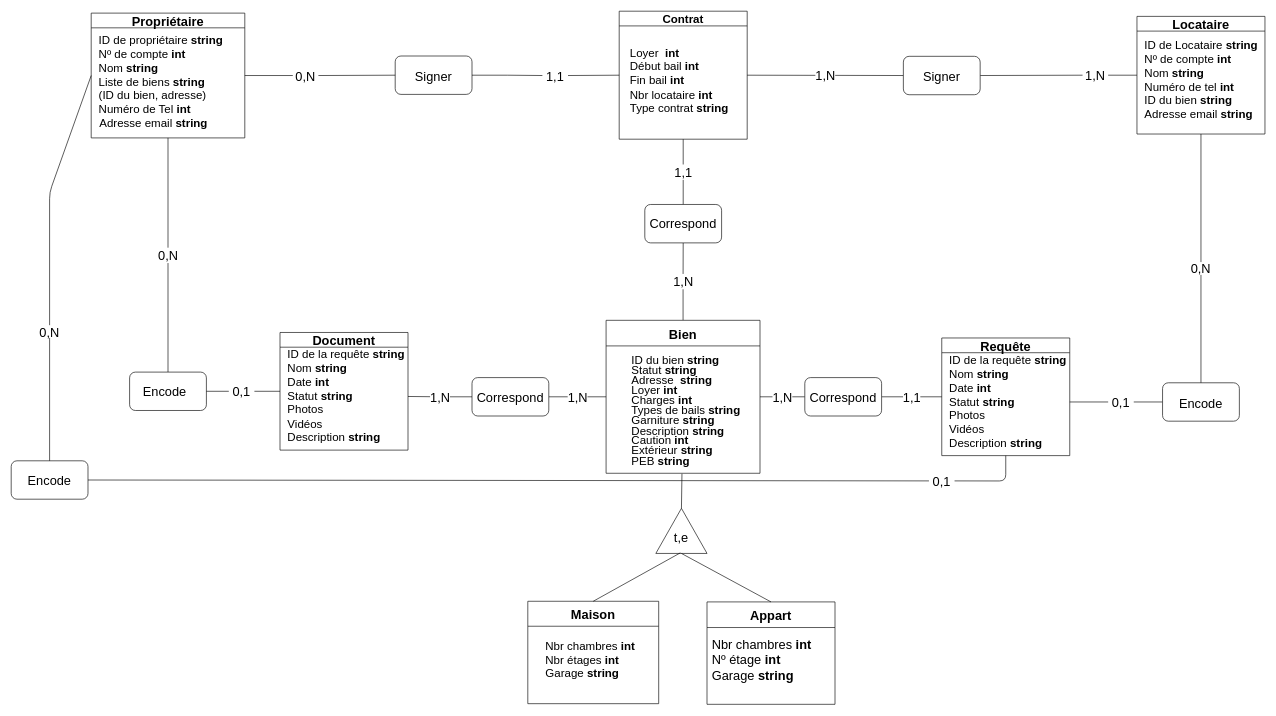
The draw.io diagram page "NEW" (1 of 21) of Ko-loc (1).drawio in Julienthum/Co-Lock, before the edit. Source tidied: cells renumbered, new cells numbered last; positions are measured from the earlier drawing's top-left corner, leaving out a move shared by most shapes. Both pictures are drawn from the tidied source at 64%, with x=0, y=0 at pixel (11, 11).
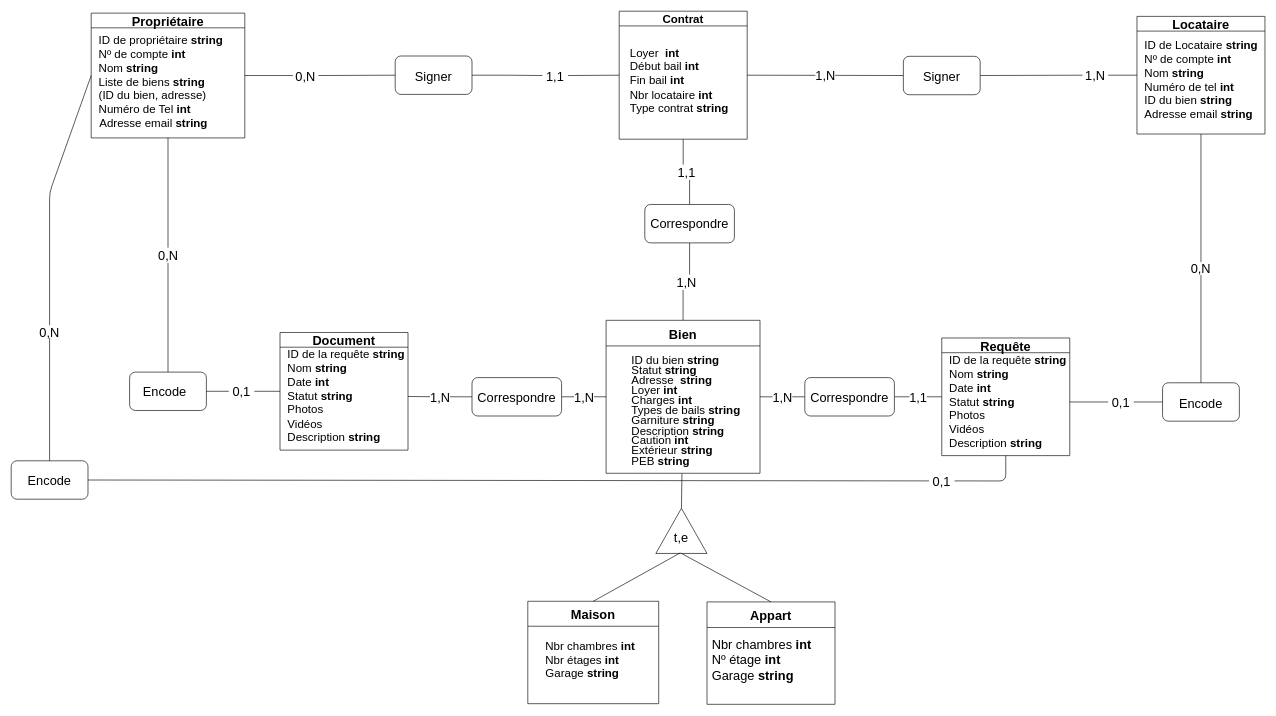
After the change.

Diff of the diagram source:
```diff
@@
-    <mxCell id="63" value="Correspond" style="rounded=1;whiteSpace=wrap;html=1;fontSize=20;" parent="1" vertex="1">
-      <mxGeometry x="1240" y="572.5" width="120" height="60" as="geometry" />
+    <mxCell id="63" value="Correspondre" style="rounded=1;whiteSpace=wrap;html=1;fontSize=20;" parent="1" vertex="1">
+      <mxGeometry x="1240" y="572.5" width="140" height="60" as="geometry" />
     </mxCell>
@@
-    <mxCell id="65" value="Correspond" style="rounded=1;whiteSpace=wrap;html=1;fontSize=20;" parent="1" vertex="1">
-      <mxGeometry x="720" y="572.5" width="120" height="60" as="geometry" />
+    <mxCell id="65" value="Correspondre" style="rounded=1;whiteSpace=wrap;html=1;fontSize=20;" parent="1" vertex="1">
+      <mxGeometry x="720" y="572.5" width="140" height="60" as="geometry" />
     </mxCell>
-    <mxCell id="66" value="Correspond" style="rounded=1;whiteSpace=wrap;html=1;fontSize=20;" parent="1" vertex="1">
-      <mxGeometry x="990" y="302" width="120" height="60" as="geometry" />
+    <mxCell id="66" value="Correspondre" style="rounded=1;whiteSpace=wrap;html=1;fontSize=20;" parent="1" vertex="1">
+      <mxGeometry x="990" y="302" width="140" height="60" as="geometry" />
     </mxCell>
```
